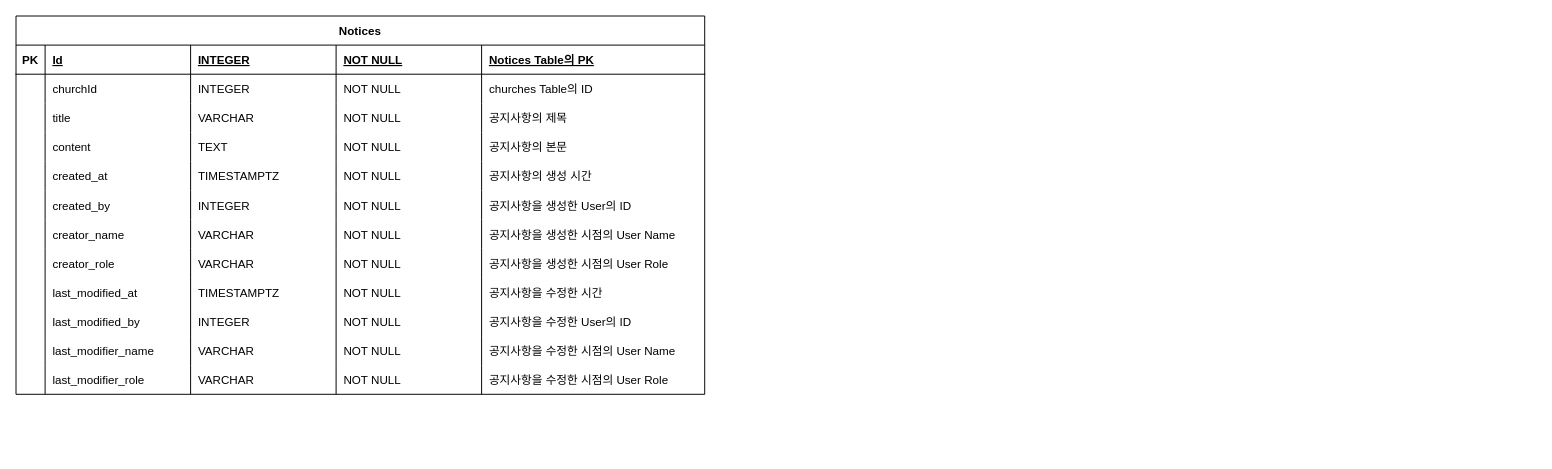
This is doc/erd/notice/notice.dio from i-am-a-toy/pyc_backend, a draw.io file, before an edit. Source tidied: cells renumbered, new cells numbered last; positions are measured from the earlier drawing's top-left corner, leaving out a move shared by most shapes. Both pictures are drawn from the tidied source at 97%, with x=0, y=0 at pixel (16, 16).
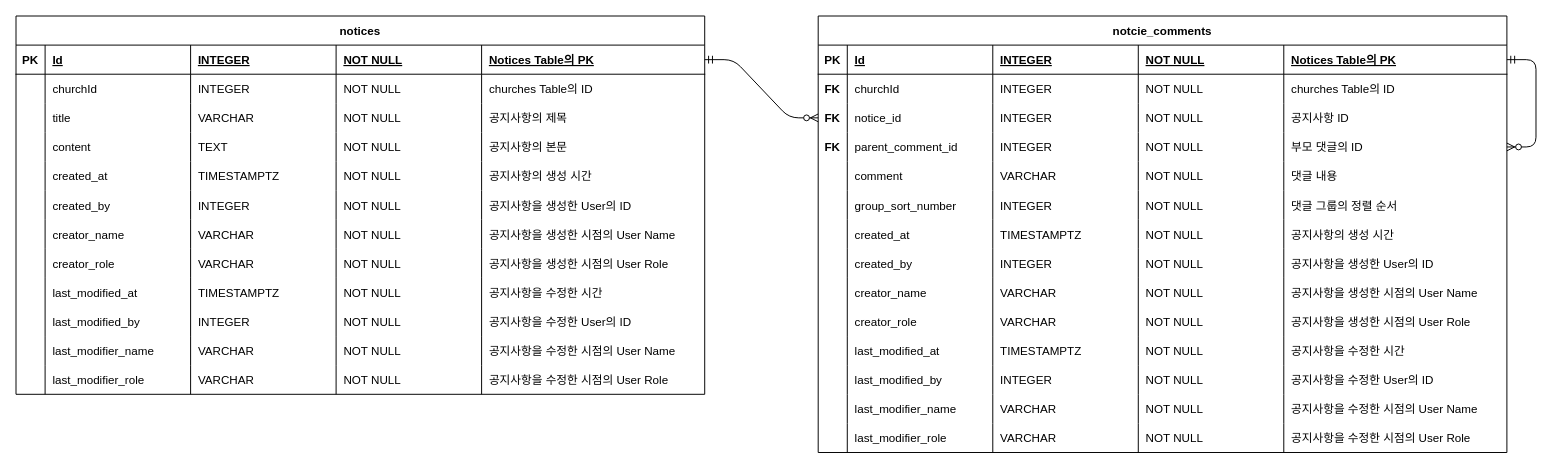
The same diagram, later.

Commit message (it also covers changes not shown here):
🏷️Add: notice comment entity

The change refers to these unchanged cells:
```xml
<mxCell id="3" style="shape=partialRectangle;fillColor=none;top=0;left=0;bottom=1;right=0;points=[[0,0.5],[1,0.5]];portConstraint=eastwest;" parent="2" vertex="1">
  <mxGeometry y="30" width="710" height="30" as="geometry" />
</mxCell>
```

Change to the diagram source:
```diff
@@
-    <mxCell id="2" value="Notices" style="shape=table;startSize=30;childLayout=tableLayout;rowLines=0;fontStyle=1;align=center;" parent="1" vertex="1">
+    <mxCell id="2" value="notices" style="shape=table;startSize=30;childLayout=tableLayout;rowLines=0;fontStyle=1;align=center;" parent="1" vertex="1">
       <mxGeometry width="710" height="390" as="geometry" />
     </mxCell>
@@
+    <mxCell id="75" value="notcie_comments" style="shape=table;startSize=30;childLayout=tableLayout;rowLines=0;fontStyle=1;align=center;" parent="1" vertex="1">
+      <mxGeometry x="827" width="710" height="450" as="geometry" />
+    </mxCell>
+    <mxCell id="76" style="shape=partialRectangle;fillColor=none;top=0;left=0;bottom=1;right=0;points=[[0,0.5],[1,0.5]];portConstraint=eastwest;" parent="75" vertex="1">
+      <mxGeometry y="30" width="710" height="30" as="geometry" />
+    </mxCell>
+    <mxCell id="77" value="PK" style="shape=partialRectangle;fillColor=none;top=0;left=0;bottom=0;right=0;fontStyle=1;overflow=hidden;" parent="76" vertex="1">
+      <mxGeometry width="30" height="30" as="geometry" />
+    </mxCell>
+    <mxCell id="78" value="Id" style="shape=partialRectangle;fillColor=none;top=0;left=0;bottom=0;right=0;align=left;spacingLeft=6;fontStyle=5;overflow=hidden;" parent="76" vertex="1">
+      <mxGeometry x="30" width="150" height="30" as="geometry" />
+    </mxCell>
+    <mxCell id="79" value="INTEGER" style="shape=partialRectangle;fillColor=none;top=0;left=0;bottom=0;right=0;align=left;spacingLeft=6;fontStyle=5;overflow=hidden;" parent="76" vertex="1">
+      <mxGeometry x="180" width="150" height="30" as="geometry" />
+    </mxCell>
+    <mxCell id="80" value="NOT NULL" style="shape=partialRectangle;fillColor=none;top=0;left=0;bottom=0;right=0;align=left;spacingLeft=6;fontStyle=5;overflow=hidden;" parent="76" vertex="1">
+      <mxGeometry x="330" width="150" height="30" as="geometry" />
+    </mxCell>
+    <mxCell id="81" value="Notices Table의 PK" style="shape=partialRectangle;fillColor=none;top=0;left=0;bottom=0;right=0;align=left;spacingLeft=6;fontStyle=5;overflow=hidden;" parent="76" vertex="1">
+      <mxGeometry x="480" width="230" height="30" as="geometry" />
+    </mxCell>
+    <mxCell id="82" style="shape=partialRectangle;fillColor=none;top=0;left=0;bottom=0;right=0;" parent="75" vertex="1">
+      <mxGeometry y="60" width="710" height="30" as="geometry" />
+    </mxCell>
+    <mxCell id="83" value="FK" style="shape=partialRectangle;fillColor=none;top=0;left=0;bottom=0;right=0;overflow=hidden;fontStyle=1;" parent="82" vertex="1">
+      <mxGeometry width="30" height="30" as="geometry" />
+    </mxCell>
+    <mxCell id="84" value="churchId " style="shape=partialRectangle;fillColor=none;top=0;left=0;bottom=0;right=0;align=left;spacingLeft=6;overflow=hidden;" parent="82" vertex="1">
+      <mxGeometry x="30" width="150" height="30" as="geometry" />
+    </mxCell>
+    <mxCell id="85" value="INTEGER" style="shape=partialRectangle;fillColor=none;top=0;left=0;bottom=0;right=0;align=left;spacingLeft=6;overflow=hidden;" parent="82" vertex="1">
+      <mxGeometry x="180" width="150" height="30" as="geometry" />
+    </mxCell>
+    <mxCell id="86" value="NOT NULL" style="shape=partialRectangle;fillColor=none;top=0;left=0;bottom=0;right=0;align=left;spacingLeft=6;overflow=hidden;" parent="82" vertex="1">
+      <mxGeometry x="330" width="150" height="30" as="geometry" />
+    </mxCell>
+    <mxCell id="87" value="churches Table의 ID" style="shape=partialRectangle;fillColor=none;top=0;left=0;bottom=0;right=0;align=left;spacingLeft=6;overflow=hidden;" parent="82" vertex="1">
+      <mxGeometry x="480" width="230" height="30" as="geometry" />
+    </mxCell>
+    <mxCell id="88" style="shape=partialRectangle;fillColor=none;top=0;left=0;bottom=0;right=0;points=[[0,0.5],[1,0.5]];portConstraint=eastwest;" parent="75" vertex="1">
+      <mxGeometry y="90" width="710" height="30" as="geometry" />
+    </mxCell>
+    <mxCell id="89" value="FK" style="shape=partialRectangle;fillColor=none;top=0;left=0;bottom=0;right=0;overflow=hidden;fontStyle=1;" parent="88" vertex="1">
+      <mxGeometry width="30" height="30" as="geometry" />
+    </mxCell>
+    <mxCell id="90" value="notice_id" style="shape=partialRectangle;fillColor=none;top=0;left=0;bottom=0;right=0;align=left;spacingLeft=6;overflow=hidden;" parent="88" vertex="1">
+      <mxGeometry x="30" width="150" height="30" as="geometry" />
+    </mxCell>
+    <mxCell id="91" value="INTEGER" style="shape=partialRectangle;fillColor=none;top=0;left=0;bottom=0;right=0;align=left;spacingLeft=6;overflow=hidden;" parent="88" vertex="1">
+      <mxGeometry x="180" width="150" height="30" as="geometry" />
+    </mxCell>
+    <mxCell id="92" value="NOT NULL" style="shape=partialRectangle;fillColor=none;top=0;left=0;bottom=0;right=0;align=left;spacingLeft=6;overflow=hidden;" parent="88" vertex="1">
+      <mxGeometry x="330" width="150" height="30" as="geometry" />
+    </mxCell>
+    <mxCell id="93" value="공지사항 ID" style="shape=partialRectangle;fillColor=none;top=0;left=0;bottom=0;right=0;align=left;spacingLeft=6;overflow=hidden;" parent="88" vertex="1">
+      <mxGeometry x="480" width="230" height="30" as="geometry" />
+    </mxCell>
+    <mxCell id="94" style="shape=partialRectangle;fillColor=none;top=0;left=0;bottom=0;right=0;points=[[0,0.5],[1,0.5]];portConstraint=eastwest;" parent="75" vertex="1">
+      <mxGeometry y="120" width="710" height="30" as="geometry" />
+    </mxCell>
+    <mxCell id="95" value="FK" style="shape=partialRectangle;fillColor=none;top=0;left=0;bottom=0;right=0;overflow=hidden;fontStyle=1;" parent="94" vertex="1">
+      <mxGeometry width="30" height="30" as="geometry" />
+    </mxCell>
+    <mxCell id="96" value="parent_comment_id" style="shape=partialRectangle;fillColor=none;top=0;left=0;bottom=0;right=0;align=left;spacingLeft=6;overflow=hidden;" parent="94" vertex="1">
+      <mxGeometry x="30" width="150" height="30" as="geometry" />
+    </mxCell>
+    <mxCell id="97" value="INTEGER" style="shape=partialRectangle;fillColor=none;top=0;left=0;bottom=0;right=0;align=left;spacingLeft=6;overflow=hidden;" parent="94" vertex="1">
+      <mxGeometry x="180" width="150" height="30" as="geometry" />
+    </mxCell>
+    <mxCell id="98" value="NOT NULL" style="shape=partialRectangle;fillColor=none;top=0;left=0;bottom=0;right=0;align=left;spacingLeft=6;overflow=hidden;" parent="94" vertex="1">
+      <mxGeometry x="330" width="150" height="30" as="geometry" />
+    </mxCell>
+    <mxCell id="99" value="부모 댓글의 ID" style="shape=partialRectangle;fillColor=none;top=0;left=0;bottom=0;right=0;align=left;spacingLeft=6;overflow=hidden;" parent="94" vertex="1">
+      <mxGeometry x="480" width="230" height="30" as="geometry" />
+    </mxCell>
+    <mxCell id="100" style="shape=partialRectangle;fillColor=none;top=0;left=0;bottom=0;right=0;" parent="75" vertex="1">
+      <mxGeometry y="150" width="710" height="30" as="geometry" />
+    </mxCell>
+    <mxCell id="101" style="shape=partialRectangle;fillColor=none;top=0;left=0;bottom=0;right=0;overflow=hidden;" parent="100" vertex="1">
+      <mxGeometry width="30" height="30" as="geometry" />
+    </mxCell>
+    <mxCell id="102" value="comment" style="shape=partialRectangle;fillColor=none;top=0;left=0;bottom=0;right=0;align=left;spacingLeft=6;overflow=hidden;" parent="100" vertex="1">
+      <mxGeometry x="30" width="150" height="30" as="geometry" />
+    </mxCell>
+    <mxCell id="103" value="VARCHAR" style="shape=partialRectangle;fillColor=none;top=0;left=0;bottom=0;right=0;align=left;spacingLeft=6;overflow=hidden;" parent="100" vertex="1">
+      <mxGeometry x="180" width="150" height="30" as="geometry" />
+    </mxCell>
+    <mxCell id="104" value="NOT NULL" style="shape=partialRectangle;fillColor=none;top=0;left=0;bottom=0;right=0;align=left;spacingLeft=6;overflow=hidden;" parent="100" vertex="1">
+      <mxGeometry x="330" width="150" height="30" as="geometry" />
+    </mxCell>
+    <mxCell id="105" value="댓글 내용" style="shape=partialRectangle;fillColor=none;top=0;left=0;bottom=0;right=0;align=left;spacingLeft=6;overflow=hidden;" parent="100" vertex="1">
+      <mxGeometry x="480" width="230" height="30" as="geometry" />
+    </mxCell>
+    <mxCell id="106" style="shape=partialRectangle;fillColor=none;top=0;left=0;bottom=0;right=0;" parent="75" vertex="1">
+      <mxGeometry y="180" width="710" height="30" as="geometry" />
+    </mxCell>
+    <mxCell id="107" style="shape=partialRectangle;fillColor=none;top=0;left=0;bottom=0;right=0;overflow=hidden;" parent="106" vertex="1">
+      <mxGeometry width="30" height="30" as="geometry" />
+    </mxCell>
+    <mxCell id="108" value="group_sort_number" style="shape=partialRectangle;fillColor=none;top=0;left=0;bottom=0;right=0;align=left;spacingLeft=6;overflow=hidden;" parent="106" vertex="1">
+      <mxGeometry x="30" width="150" height="30" as="geometry" />
+    </mxCell>
+    <mxCell id="109" value="INTEGER" style="shape=partialRectangle;fillColor=none;top=0;left=0;bottom=0;right=0;align=left;spacingLeft=6;overflow=hidden;" parent="106" vertex="1">
+      <mxGeometry x="180" width="150" height="30" as="geometry" />
+    </mxCell>
+    <mxCell id="110" value="NOT NULL" style="shape=partialRectangle;fillColor=none;top=0;left=0;bottom=0;right=0;align=left;spacingLeft=6;overflow=hidden;" parent="106" vertex="1">
+      <mxGeometry x="330" width="150" height="30" as="geometry" />
+    </mxCell>
+    <mxCell id="111" value="댓글 그룹의 정렬 순서" style="shape=partialRectangle;fillColor=none;top=0;left=0;bottom=0;right=0;align=left;spacingLeft=6;overflow=hidden;" parent="106" vertex="1">
+      <mxGeometry x="480" width="230" height="30" as="geometry" />
+    </mxCell>
+    <mxCell id="112" style="shape=partialRectangle;fillColor=none;top=0;left=0;bottom=0;right=0;" parent="75" vertex="1">
+      <mxGeometry y="210" width="710" height="30" as="geometry" />
+    </mxCell>
+    <mxCell id="113" style="shape=partialRectangle;fillColor=none;top=0;left=0;bottom=0;right=0;overflow=hidden;" parent="112" vertex="1">
+      <mxGeometry width="30" height="30" as="geometry" />
+    </mxCell>
+    <mxCell id="114" value="created_at" style="shape=partialRectangle;fillColor=none;top=0;left=0;bottom=0;right=0;align=left;spacingLeft=6;overflow=hidden;" parent="112" vertex="1">
+      <mxGeometry x="30" width="150" height="30" as="geometry" />
+    </mxCell>
+    <mxCell id="115" value="TIMESTAMPTZ" style="shape=partialRectangle;fillColor=none;top=0;left=0;bottom=0;right=0;align=left;spacingLeft=6;overflow=hidden;" parent="112" vertex="1">
+      <mxGeometry x="180" width="150" height="30" as="geometry" />
+    </mxCell>
+    <mxCell id="116" value="NOT NULL" style="shape=partialRectangle;fillColor=none;top=0;left=0;bottom=0;right=0;align=left;spacingLeft=6;overflow=hidden;" parent="112" vertex="1">
+      <mxGeometry x="330" width="150" height="30" as="geometry" />
+    </mxCell>
+    <mxCell id="117" value="공지사항의 생성 시간" style="shape=partialRectangle;fillColor=none;top=0;left=0;bottom=0;right=0;align=left;spacingLeft=6;overflow=hidden;" parent="112" vertex="1">
+      <mxGeometry x="480" width="230" height="30" as="geometry" />
+    </mxCell>
+    <mxCell id="118" style="shape=partialRectangle;fillColor=none;top=0;left=0;bottom=0;right=0;" parent="75" vertex="1">
+      <mxGeometry y="240" width="710" height="30" as="geometry" />
+    </mxCell>
+    <mxCell id="119" style="shape=partialRectangle;fillColor=none;top=0;left=0;bottom=0;right=0;overflow=hidden;" parent="118" vertex="1">
+      <mxGeometry width="30" height="30" as="geometry" />
+    </mxCell>
+    <mxCell id="120" value="created_by" style="shape=partialRectangle;fillColor=none;top=0;left=0;bottom=0;right=0;align=left;spacingLeft=6;overflow=hidden;" parent="118" vertex="1">
+      <mxGeometry x="30" width="150" height="30" as="geometry" />
+    </mxCell>
+    <mxCell id="121" value="INTEGER" style="shape=partialRectangle;fillColor=none;top=0;left=0;bottom=0;right=0;align=left;spacingLeft=6;overflow=hidden;" parent="118" vertex="1">
+      <mxGeometry x="180" width="150" height="30" as="geometry" />
+    </mxCell>
+    <mxCell id="122" value="NOT NULL" style="shape=partialRectangle;fillColor=none;top=0;left=0;bottom=0;right=0;align=left;spacingLeft=6;overflow=hidden;" parent="118" vertex="1">
+      <mxGeometry x="330" width="150" height="30" as="geometry" />
+    </mxCell>
+    <mxCell id="123" value="공지사항을 생성한 User의 ID" style="shape=partialRectangle;fillColor=none;top=0;left=0;bottom=0;right=0;align=left;spacingLeft=6;overflow=hidden;" parent="118" vertex="1">
+      <mxGeometry x="480" width="230" height="30" as="geometry" />
+    </mxCell>
+    <mxCell id="124" style="shape=partialRectangle;fillColor=none;top=0;left=0;bottom=0;right=0;" parent="75" vertex="1">
+      <mxGeometry y="270" width="710" height="30" as="geometry" />
+    </mxCell>
+    <mxCell id="125" style="shape=partialRectangle;fillColor=none;top=0;left=0;bottom=0;right=0;overflow=hidden;" parent="124" vertex="1">
+      <mxGeometry width="30" height="30" as="geometry" />
+    </mxCell>
+    <mxCell id="126" value="creator_name" style="shape=partialRectangle;fillColor=none;top=0;left=0;bottom=0;right=0;align=left;spacingLeft=6;overflow=hidden;" parent="124" vertex="1">
+      <mxGeometry x="30" width="150" height="30" as="geometry" />
+    </mxCell>
+    <mxCell id="127" value="VARCHAR" style="shape=partialRectangle;fillColor=none;top=0;left=0;bottom=0;right=0;align=left;spacingLeft=6;overflow=hidden;" parent="124" vertex="1">
+      <mxGeometry x="180" width="150" height="30" as="geometry" />
+    </mxCell>
+    <mxCell id="128" value="NOT NULL" style="shape=partialRectangle;fillColor=none;top=0;left=0;bottom=0;right=0;align=left;spacingLeft=6;overflow=hidden;" parent="124" vertex="1">
+      <mxGeometry x="330" width="150" height="30" as="geometry" />
+    </mxCell>
+    <mxCell id="129" value="공지사항을 생성한 시점의 User Name" style="shape=partialRectangle;fillColor=none;top=0;left=0;bottom=0;right=0;align=left;spacingLeft=6;overflow=hidden;" parent="124" vertex="1">
+      <mxGeometry x="480" width="230" height="30" as="geometry" />
+    </mxCell>
+    <mxCell id="130" style="shape=partialRectangle;fillColor=none;top=0;left=0;bottom=0;right=0;" parent="75" vertex="1">
+      <mxGeometry y="300" width="710" height="30" as="geometry" />
+    </mxCell>
+    <mxCell id="131" style="shape=partialRectangle;fillColor=none;top=0;left=0;bottom=0;right=0;overflow=hidden;" parent="130" vertex="1">
+      <mxGeometry width="30" height="30" as="geometry" />
+    </mxCell>
+    <mxCell id="132" value="creator_role" style="shape=partialRectangle;fillColor=none;top=0;left=0;bottom=0;right=0;align=left;spacingLeft=6;overflow=hidden;" parent="130" vertex="1">
+      <mxGeometry x="30" width="150" height="30" as="geometry" />
+    </mxCell>
+    <mxCell id="133" value="VARCHAR" style="shape=partialRectangle;fillColor=none;top=0;left=0;bottom=0;right=0;align=left;spacingLeft=6;overflow=hidden;" parent="130" vertex="1">
+      <mxGeometry x="180" width="150" height="30" as="geometry" />
+    </mxCell>
+    <mxCell id="134" value="NOT NULL" style="shape=partialRectangle;fillColor=none;top=0;left=0;bottom=0;right=0;align=left;spacingLeft=6;overflow=hidden;" parent="130" vertex="1">
+      <mxGeometry x="330" width="150" height="30" as="geometry" />
+    </mxCell>
+    <mxCell id="135" value="공지사항을 생성한 시점의 User Role" style="shape=partialRectangle;fillColor=none;top=0;left=0;bottom=0;right=0;align=left;spacingLeft=6;overflow=hidden;" parent="130" vertex="1">
+      <mxGeometry x="480" width="230" height="30" as="geometry" />
+    </mxCell>
+    <mxCell id="136" style="shape=partialRectangle;fillColor=none;top=0;left=0;bottom=0;right=0;" parent="75" vertex="1">
+      <mxGeometry y="330" width="710" height="30" as="geometry" />
+    </mxCell>
+    <mxCell id="137" style="shape=partialRectangle;fillColor=none;top=0;left=0;bottom=0;right=0;overflow=hidden;" parent="136" vertex="1">
+      <mxGeometry width="30" height="30" as="geometry" />
+    </mxCell>
+    <mxCell id="138" value="last_modified_at" style="shape=partialRectangle;fillColor=none;top=0;left=0;bottom=0;right=0;align=left;spacingLeft=6;overflow=hidden;" parent="136" vertex="1">
+      <mxGeometry x="30" width="150" height="30" as="geometry" />
+    </mxCell>
+    <mxCell id="139" value="TIMESTAMPTZ" style="shape=partialRectangle;fillColor=none;top=0;left=0;bottom=0;right=0;align=left;spacingLeft=6;overflow=hidden;" parent="136" vertex="1">
+      <mxGeometry x="180" width="150" height="30" as="geometry" />
+    </mxCell>
+    <mxCell id="140" value="NOT NULL" style="shape=partialRectangle;fillColor=none;top=0;left=0;bottom=0;right=0;align=left;spacingLeft=6;overflow=hidden;" parent="136" vertex="1">
+      <mxGeometry x="330" width="150" height="30" as="geometry" />
+    </mxCell>
+    <mxCell id="141" value="공지사항을 수정한 시간" style="shape=partialRectangle;fillColor=none;top=0;left=0;bottom=0;right=0;align=left;spacingLeft=6;overflow=hidden;" parent="136" vertex="1">
+      <mxGeometry x="480" width="230" height="30" as="geometry" />
+    </mxCell>
+    <mxCell id="142" style="shape=partialRectangle;fillColor=none;top=0;left=0;bottom=0;right=0;" parent="75" vertex="1">
+      <mxGeometry y="360" width="710" height="30" as="geometry" />
+    </mxCell>
+    <mxCell id="143" style="shape=partialRectangle;fillColor=none;top=0;left=0;bottom=0;right=0;overflow=hidden;" parent="142" vertex="1">
+      <mxGeometry width="30" height="30" as="geometry" />
+    </mxCell>
+    <mxCell id="144" value="last_modified_by" style="shape=partialRectangle;fillColor=none;top=0;left=0;bottom=0;right=0;align=left;spacingLeft=6;overflow=hidden;" parent="142" vertex="1">
+      <mxGeometry x="30" width="150" height="30" as="geometry" />
+    </mxCell>
+    <mxCell id="145" value="INTEGER" style="shape=partialRectangle;fillColor=none;top=0;left=0;bottom=0;right=0;align=left;spacingLeft=6;overflow=hidden;" parent="142" vertex="1">
+      <mxGeometry x="180" width="150" height="30" as="geometry" />
+    </mxCell>
+    <mxCell id="146" value="NOT NULL" style="shape=partialRectangle;fillColor=none;top=0;left=0;bottom=0;right=0;align=left;spacingLeft=6;overflow=hidden;" parent="142" vertex="1">
+      <mxGeometry x="330" width="150" height="30" as="geometry" />
+    </mxCell>
+    <mxCell id="147" value="공지사항을 수정한 User의 ID" style="shape=partialRectangle;fillColor=none;top=0;left=0;bottom=0;right=0;align=left;spacingLeft=6;overflow=hidden;" parent="142" vertex="1">
+      <mxGeometry x="480" width="230" height="30" as="geometry" />
+    </mxCell>
+    <mxCell id="148" style="shape=partialRectangle;fillColor=none;top=0;left=0;bottom=0;right=0;" parent="75" vertex="1">
+      <mxGeometry y="390" width="710" height="30" as="geometry" />
+    </mxCell>
+    <mxCell id="149" style="shape=partialRectangle;fillColor=none;top=0;left=0;bottom=0;right=0;overflow=hidden;" parent="148" vertex="1">
+      <mxGeometry width="30" height="30" as="geometry" />
+    </mxCell>
+    <mxCell id="150" value="last_modifier_name" style="shape=partialRectangle;fillColor=none;top=0;left=0;bottom=0;right=0;align=left;spacingLeft=6;overflow=hidden;" parent="148" vertex="1">
+      <mxGeometry x="30" width="150" height="30" as="geometry" />
+    </mxCell>
+    <mxCell id="151" value="VARCHAR" style="shape=partialRectangle;fillColor=none;top=0;left=0;bottom=0;right=0;align=left;spacingLeft=6;overflow=hidden;" parent="148" vertex="1">
+      <mxGeometry x="180" width="150" height="30" as="geometry" />
+    </mxCell>
+    <mxCell id="152" value="NOT NULL" style="shape=partialRectangle;fillColor=none;top=0;left=0;bottom=0;right=0;align=left;spacingLeft=6;overflow=hidden;" parent="148" vertex="1">
+      <mxGeometry x="330" width="150" height="30" as="geometry" />
+    </mxCell>
+    <mxCell id="153" value="공지사항을 수정한 시점의 User Name" style="shape=partialRectangle;fillColor=none;top=0;left=0;bottom=0;right=0;align=left;spacingLeft=6;overflow=hidden;" parent="148" vertex="1">
+      <mxGeometry x="480" width="230" height="30" as="geometry" />
+    </mxCell>
+    <mxCell id="154" style="shape=partialRectangle;fillColor=none;top=0;left=0;bottom=0;right=0;" parent="75" vertex="1">
+      <mxGeometry y="420" width="710" height="30" as="geometry" />
+    </mxCell>
+    <mxCell id="155" style="shape=partialRectangle;fillColor=none;top=0;left=0;bottom=0;right=0;overflow=hidden;" parent="154" vertex="1">
+      <mxGeometry width="30" height="30" as="geometry" />
+    </mxCell>
+    <mxCell id="156" value="last_modifier_role" style="shape=partialRectangle;fillColor=none;top=0;left=0;bottom=0;right=0;align=left;spacingLeft=6;overflow=hidden;" parent="154" vertex="1">
+      <mxGeometry x="30" width="150" height="30" as="geometry" />
+    </mxCell>
+    <mxCell id="157" value="VARCHAR" style="shape=partialRectangle;fillColor=none;top=0;left=0;bottom=0;right=0;align=left;spacingLeft=6;overflow=hidden;" parent="154" vertex="1">
+      <mxGeometry x="180" width="150" height="30" as="geometry" />
+    </mxCell>
+    <mxCell id="158" value="NOT NULL" style="shape=partialRectangle;fillColor=none;top=0;left=0;bottom=0;right=0;align=left;spacingLeft=6;overflow=hidden;" parent="154" vertex="1">
+      <mxGeometry x="330" width="150" height="30" as="geometry" />
+    </mxCell>
+    <mxCell id="159" value="공지사항을 수정한 시점의 User Role" style="shape=partialRectangle;fillColor=none;top=0;left=0;bottom=0;right=0;align=left;spacingLeft=6;overflow=hidden;" parent="154" vertex="1">
+      <mxGeometry x="480" width="230" height="30" as="geometry" />
+    </mxCell>
+    <mxCell id="160" style="edgeStyle=entityRelationEdgeStyle;fontSize=12;html=1;endArrow=ERzeroToMany;startArrow=ERmandOne;exitX=1;exitY=0.5;exitDx=0;exitDy=0;entryX=1;entryY=0.5;entryDx=0;entryDy=0;" parent="75" edge="1" source="76" target="94">
+      <mxGeometry relative="1" as="geometry" />
+    </mxCell>
+    <mxCell id="161" style="edgeStyle=entityRelationEdgeStyle;fontSize=12;html=1;endArrow=ERzeroToMany;startArrow=ERmandOne;exitX=1;exitY=0.5;exitDx=0;exitDy=0;entryX=0;entryY=0.5;entryDx=0;entryDy=0;" parent="1" edge="1" source="3" target="88">
+      <mxGeometry relative="1" as="geometry" />
+    </mxCell>
```
